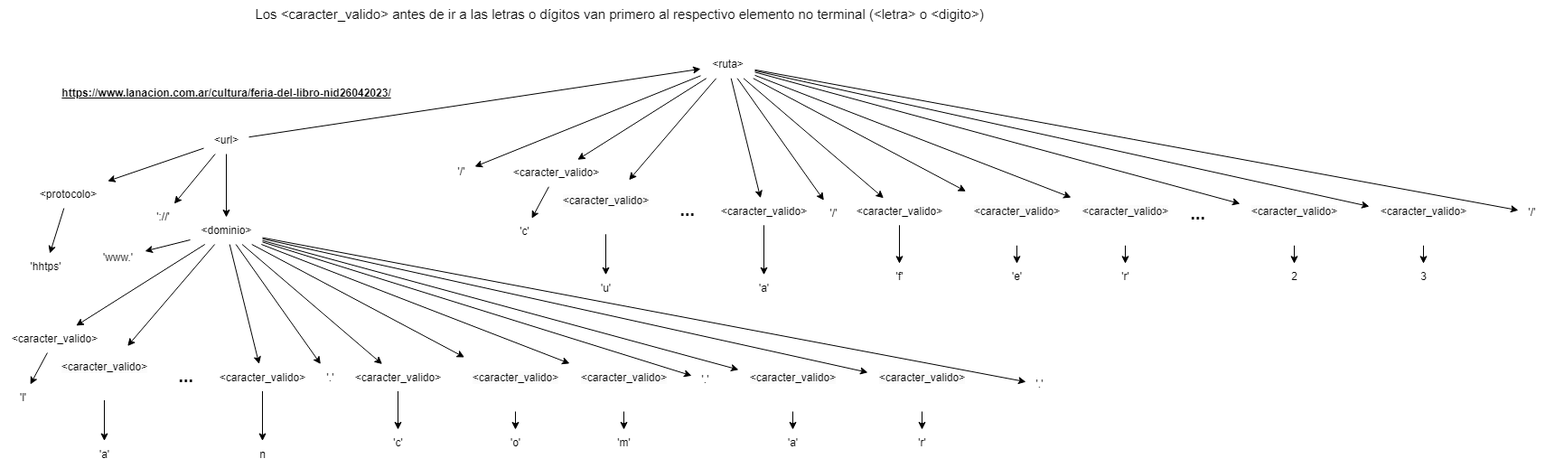
Earlier version of the draw.io export 1er_semestre/CPLP/Parciales_viejos/Primer_parcial/28_04_2023/28_04_2023.drawio.png (Pedro0604/3ro-LS-LI-APU). Source tidied: cells renumbered, new cells last; positions are measured from the earlier drawing's top-left corner, leaving out a move shared by most shapes.
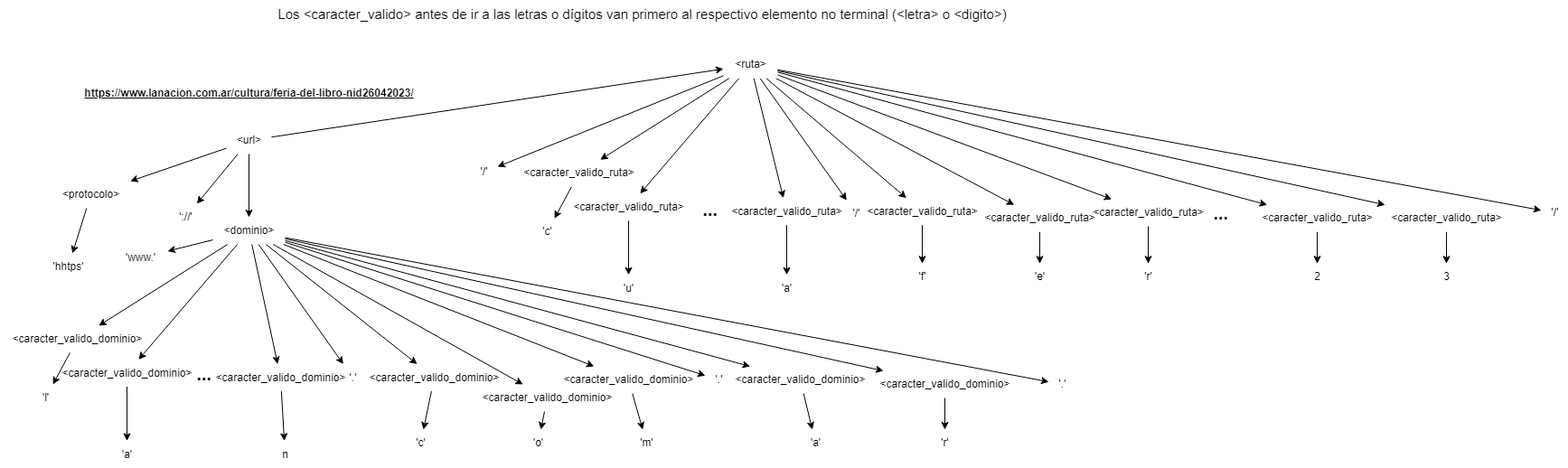
Above is the later version.

Commit message:
CPLP - Parcial 28_04_2023

The edit, as a diff of the source:
```diff
@@ -77,20 +77,20 @@
     <mxCell id="26" style="edgeStyle=none;rounded=0;jettySize=auto;html=1;" parent="1" edge="1" source="27" target="33">
       <mxGeometry relative="1" as="geometry" />
     </mxCell>
-    <mxCell id="27" value="&amp;lt;caracter_valido&amp;gt;" style="text;html=1;align=center;verticalAlign=middle;points=[];strokeColor=none;fillColor=none;" parent="1" vertex="1">
-      <mxGeometry y="360" width="120" height="30" as="geometry" />
+    <mxCell id="27" value="&amp;lt;caracter_valido_dominio&amp;gt;" style="text;html=1;align=center;verticalAlign=middle;points=[];strokeColor=none;fillColor=none;" parent="1" vertex="1">
+      <mxGeometry x="-25" y="360" width="170" height="30" as="geometry" />
     </mxCell>
     <mxCell id="28" style="edgeStyle=none;rounded=0;jettySize=auto;html=1;" parent="1" edge="1" source="29" target="34">
       <mxGeometry relative="1" as="geometry" />
     </mxCell>
-    <mxCell id="29" value="&#10;&lt;span style=&quot;color: rgb(0, 0, 0); font-family: Helvetica; font-size: 12px; font-style: normal; font-variant-ligatures: normal; font-variant-caps: normal; font-weight: 400; letter-spacing: normal; orphans: 2; text-align: center; text-indent: 0px; text-transform: none; widows: 2; word-spacing: 0px; -webkit-text-stroke-width: 0px; white-space: nowrap; background-color: rgb(251, 251, 251); text-decoration-thickness: initial; text-decoration-style: initial; text-decoration-color: initial; display: inline !important; float: none;&quot;&gt;&amp;lt;caracter_valido&amp;gt;&lt;/span&gt;&#10;&#10;" style="text;html=1;align=center;verticalAlign=middle;points=[];strokeColor=none;fillColor=none;" parent="1" vertex="1">
-      <mxGeometry x="55" y="382.5" width="120" height="60" as="geometry" />
+    <mxCell id="29" value="&amp;lt;caracter_valido_dominio&amp;gt;" style="text;html=1;align=center;verticalAlign=middle;points=[];strokeColor=none;fillColor=none;" parent="1" vertex="1">
+      <mxGeometry x="30" y="397.5" width="170" height="30" as="geometry" />
     </mxCell>
     <mxCell id="30" style="edgeStyle=none;rounded=0;jettySize=auto;html=1;" parent="1" edge="1" source="31" target="36">
       <mxGeometry relative="1" as="geometry" />
     </mxCell>
-    <mxCell id="31" value="&amp;lt;caracter_valido&amp;gt;" style="text;html=1;align=center;verticalAlign=middle;points=[];strokeColor=none;fillColor=none;" parent="1" vertex="1">
-      <mxGeometry x="230" y="402.5" width="120" height="30" as="geometry" />
+    <mxCell id="31" value="&amp;lt;caracter_valido_dominio&amp;gt;" style="text;html=1;align=center;verticalAlign=middle;points=[];strokeColor=none;fillColor=none;" parent="1" vertex="1">
+      <mxGeometry x="200" y="402.5" width="170" height="30" as="geometry" />
     </mxCell>
     <mxCell id="32" value="'.'" style="text;html=1;align=center;verticalAlign=middle;points=[];strokeColor=none;fillColor=none;" parent="1" vertex="1">
       <mxGeometry x="350" y="402.5" width="30" height="30" as="geometry" />
@@ -102,7 +102,7 @@
       <mxGeometry x="100" y="487.5" width="30" height="30" as="geometry" />
     </mxCell>
     <mxCell id="35" value="&lt;b&gt;&lt;font style=&quot;font-size: 20px;&quot;&gt;...&lt;/font&gt;&lt;/b&gt;" style="text;html=1;align=center;verticalAlign=middle;strokeColor=none;fillColor=none;" parent="1" vertex="1">
-      <mxGeometry x="185" y="395" width="40" height="40" as="geometry" />
+      <mxGeometry x="180" y="392.5" width="40" height="40" as="geometry" />
     </mxCell>
     <mxCell id="36" value="n" style="text;html=1;align=center;verticalAlign=middle;points=[];strokeColor=none;fillColor=none;" parent="1" vertex="1">
       <mxGeometry x="275" y="487.5" width="30" height="30" as="geometry" />
@@ -110,32 +110,32 @@
     <mxCell id="37" style="edgeStyle=none;rounded=0;jettySize=auto;html=1;" parent="1" edge="1" source="38" target="48">
       <mxGeometry relative="1" as="geometry" />
     </mxCell>
-    <mxCell id="38" value="&amp;lt;caracter_valido&amp;gt;" style="text;html=1;align=center;verticalAlign=middle;points=[];strokeColor=none;fillColor=none;" parent="1" vertex="1">
-      <mxGeometry x="380" y="402.5" width="120" height="30" as="geometry" />
+    <mxCell id="38" value="&amp;lt;caracter_valido_dominio&amp;gt;" style="text;html=1;align=center;verticalAlign=middle;points=[];strokeColor=none;fillColor=none;" parent="1" vertex="1">
+      <mxGeometry x="370" y="402.5" width="170" height="30" as="geometry" />
     </mxCell>
     <mxCell id="39" style="edgeStyle=none;rounded=0;jettySize=auto;html=1;" parent="1" edge="1" source="40" target="49">
       <mxGeometry relative="1" as="geometry" />
     </mxCell>
-    <mxCell id="40" value="&#10;&lt;span style=&quot;color: rgb(0, 0, 0); font-family: Helvetica; font-size: 12px; font-style: normal; font-variant-ligatures: normal; font-variant-caps: normal; font-weight: 400; letter-spacing: normal; orphans: 2; text-align: center; text-indent: 0px; text-transform: none; widows: 2; word-spacing: 0px; -webkit-text-stroke-width: 0px; white-space: nowrap; background-color: rgb(251, 251, 251); text-decoration-thickness: initial; text-decoration-style: initial; text-decoration-color: initial; display: inline !important; float: none;&quot;&gt;&amp;lt;caracter_valido&amp;gt;&lt;/span&gt;&#10;&#10;" style="text;html=1;align=center;verticalAlign=middle;points=[];strokeColor=none;fillColor=none;" parent="1" vertex="1">
-      <mxGeometry x="510" y="395" width="120" height="60" as="geometry" />
+    <mxCell id="40" value="&amp;lt;caracter_valido_dominio&amp;gt;" style="text;html=1;align=center;verticalAlign=middle;points=[];strokeColor=none;fillColor=none;" parent="1" vertex="1">
+      <mxGeometry x="495" y="425" width="170" height="30" as="geometry" />
     </mxCell>
     <mxCell id="41" style="edgeStyle=none;rounded=0;jettySize=auto;html=1;" parent="1" edge="1" source="42" target="50">
       <mxGeometry relative="1" as="geometry" />
     </mxCell>
-    <mxCell id="42" value="&#10;&lt;span style=&quot;color: rgb(0, 0, 0); font-family: Helvetica; font-size: 12px; font-style: normal; font-variant-ligatures: normal; font-variant-caps: normal; font-weight: 400; letter-spacing: normal; orphans: 2; text-align: center; text-indent: 0px; text-transform: none; widows: 2; word-spacing: 0px; -webkit-text-stroke-width: 0px; white-space: nowrap; background-color: rgb(251, 251, 251); text-decoration-thickness: initial; text-decoration-style: initial; text-decoration-color: initial; display: inline !important; float: none;&quot;&gt;&amp;lt;caracter_valido&amp;gt;&lt;/span&gt;&#10;&#10;" style="text;html=1;align=center;verticalAlign=middle;points=[];strokeColor=none;fillColor=none;" parent="1" vertex="1">
-      <mxGeometry x="630" y="395" width="120" height="60" as="geometry" />
+    <mxCell id="42" value="&amp;lt;caracter_valido_dominio&amp;gt;" style="text;html=1;align=center;verticalAlign=middle;points=[];strokeColor=none;fillColor=none;" parent="1" vertex="1">
+      <mxGeometry x="585" y="405" width="170" height="30" as="geometry" />
     </mxCell>
     <mxCell id="43" style="edgeStyle=none;rounded=0;jettySize=auto;html=1;" parent="1" edge="1" source="44" target="52">
       <mxGeometry relative="1" as="geometry" />
     </mxCell>
-    <mxCell id="44" value="&#10;&lt;span style=&quot;color: rgb(0, 0, 0); font-family: Helvetica; font-size: 12px; font-style: normal; font-variant-ligatures: normal; font-variant-caps: normal; font-weight: 400; letter-spacing: normal; orphans: 2; text-align: center; text-indent: 0px; text-transform: none; widows: 2; word-spacing: 0px; -webkit-text-stroke-width: 0px; white-space: nowrap; background-color: rgb(251, 251, 251); text-decoration-thickness: initial; text-decoration-style: initial; text-decoration-color: initial; display: inline !important; float: none;&quot;&gt;&amp;lt;caracter_valido&amp;gt;&lt;/span&gt;&#10;&#10;" style="text;html=1;align=center;verticalAlign=middle;points=[];strokeColor=none;fillColor=none;" parent="1" vertex="1">
-      <mxGeometry x="817" y="395" width="120" height="60" as="geometry" />
+    <mxCell id="44" value="&amp;lt;caracter_valido_dominio&amp;gt;" style="text;html=1;align=center;verticalAlign=middle;points=[];strokeColor=none;fillColor=none;" parent="1" vertex="1">
+      <mxGeometry x="775" y="405" width="170" height="30" as="geometry" />
     </mxCell>
     <mxCell id="45" style="edgeStyle=none;rounded=0;jettySize=auto;html=1;" parent="1" edge="1" source="46" target="53">
       <mxGeometry relative="1" as="geometry" />
     </mxCell>
-    <mxCell id="46" value="&#10;&lt;span style=&quot;color: rgb(0, 0, 0); font-family: Helvetica; font-size: 12px; font-style: normal; font-variant-ligatures: normal; font-variant-caps: normal; font-weight: 400; letter-spacing: normal; orphans: 2; text-align: center; text-indent: 0px; text-transform: none; widows: 2; word-spacing: 0px; -webkit-text-stroke-width: 0px; white-space: nowrap; background-color: rgb(251, 251, 251); text-decoration-thickness: initial; text-decoration-style: initial; text-decoration-color: initial; display: inline !important; float: none;&quot;&gt;&amp;lt;caracter_valido&amp;gt;&lt;/span&gt;&#10;&#10;" style="text;html=1;align=center;verticalAlign=middle;points=[];strokeColor=none;fillColor=none;" parent="1" vertex="1">
-      <mxGeometry x="960" y="395" width="120" height="60" as="geometry" />
+    <mxCell id="46" value="&amp;lt;caracter_valido_dominio&amp;gt;" style="text;html=1;align=center;verticalAlign=middle;points=[];strokeColor=none;fillColor=none;" parent="1" vertex="1">
+      <mxGeometry x="935" y="410" width="170" height="30" as="geometry" />
     </mxCell>
     <mxCell id="47" value="'.'" style="text;html=1;align=center;verticalAlign=middle;points=[];strokeColor=none;fillColor=none;" parent="1" vertex="1">
       <mxGeometry x="1135" y="410" width="30" height="30" as="geometry" />
@@ -150,7 +150,7 @@
       <mxGeometry x="670" y="475" width="40" height="30" as="geometry" />
     </mxCell>
     <mxCell id="51" value="'.'" style="text;html=1;align=center;verticalAlign=middle;points=[];strokeColor=none;fillColor=none;" parent="1" vertex="1">
-      <mxGeometry x="765" y="405" width="30" height="30" as="geometry" />
+      <mxGeometry x="755" y="405" width="30" height="30" as="geometry" />
     </mxCell>
     <mxCell id="52" value="'a'" style="text;html=1;align=center;verticalAlign=middle;points=[];strokeColor=none;fillColor=none;" parent="1" vertex="1">
       <mxGeometry x="862" y="475" width="30" height="30" as="geometry" />
@@ -197,20 +197,20 @@
     <mxCell id="66" style="edgeStyle=none;rounded=0;jettySize=auto;html=1;" parent="1" edge="1" source="67" target="73">
       <mxGeometry relative="1" as="geometry" />
     </mxCell>
-    <mxCell id="67" value="&amp;lt;caracter_valido&amp;gt;" style="text;html=1;align=center;verticalAlign=middle;points=[];strokeColor=none;fillColor=none;" parent="1" vertex="1">
-      <mxGeometry x="555" y="176.2" width="120" height="30" as="geometry" />
+    <mxCell id="67" value="&amp;lt;caracter_valido_ruta&amp;gt;" style="text;html=1;align=center;verticalAlign=middle;points=[];strokeColor=none;fillColor=none;" parent="1" vertex="1">
+      <mxGeometry x="540" y="176.2" width="150" height="30" as="geometry" />
     </mxCell>
     <mxCell id="68" style="edgeStyle=none;rounded=0;jettySize=auto;html=1;" parent="1" edge="1" source="69" target="74">
       <mxGeometry relative="1" as="geometry" />
     </mxCell>
-    <mxCell id="69" value="&#10;&lt;span style=&quot;color: rgb(0, 0, 0); font-family: Helvetica; font-size: 12px; font-style: normal; font-variant-ligatures: normal; font-variant-caps: normal; font-weight: 400; letter-spacing: normal; orphans: 2; text-align: center; text-indent: 0px; text-transform: none; widows: 2; word-spacing: 0px; -webkit-text-stroke-width: 0px; white-space: nowrap; background-color: rgb(251, 251, 251); text-decoration-thickness: initial; text-decoration-style: initial; text-decoration-color: initial; display: inline !important; float: none;&quot;&gt;&amp;lt;caracter_valido&amp;gt;&lt;/span&gt;&#10;&#10;" style="text;html=1;align=center;verticalAlign=middle;points=[];strokeColor=none;fillColor=none;" parent="1" vertex="1">
-      <mxGeometry x="610" y="198.8" width="120" height="60" as="geometry" />
+    <mxCell id="69" value="&amp;lt;caracter_valido_ruta&amp;gt;" style="text;html=1;align=center;verticalAlign=middle;points=[];strokeColor=none;fillColor=none;" parent="1" vertex="1">
+      <mxGeometry x="595" y="213.8" width="150" height="30" as="geometry" />
     </mxCell>
     <mxCell id="70" style="edgeStyle=none;rounded=0;jettySize=auto;html=1;" parent="1" edge="1" source="71" target="76">
       <mxGeometry relative="1" as="geometry" />
     </mxCell>
-    <mxCell id="71" value="&amp;lt;caracter_valido&amp;gt;" style="text;html=1;align=center;verticalAlign=middle;points=[];strokeColor=none;fillColor=none;" parent="1" vertex="1">
-      <mxGeometry x="785" y="218.8" width="120" height="30" as="geometry" />
+    <mxCell id="71" value="&amp;lt;caracter_valido_ruta&amp;gt;" style="text;html=1;align=center;verticalAlign=middle;points=[];strokeColor=none;fillColor=none;" parent="1" vertex="1">
+      <mxGeometry x="770" y="218.8" width="150" height="30" as="geometry" />
     </mxCell>
     <mxCell id="72" value="'/'" style="text;html=1;align=center;verticalAlign=middle;points=[];strokeColor=none;fillColor=none;" parent="1" vertex="1">
       <mxGeometry x="907" y="221.2" width="30" height="30" as="geometry" />
@@ -230,32 +230,32 @@
     <mxCell id="77" style="edgeStyle=none;rounded=0;jettySize=auto;html=1;" parent="1" edge="1" source="78" target="88">
       <mxGeometry relative="1" as="geometry" />
     </mxCell>
-    <mxCell id="78" value="&amp;lt;caracter_valido&amp;gt;" style="text;html=1;align=center;verticalAlign=middle;points=[];strokeColor=none;fillColor=none;" parent="1" vertex="1">
-      <mxGeometry x="935" y="218.8" width="120" height="30" as="geometry" />
+    <mxCell id="78" value="&amp;lt;caracter_valido_ruta&amp;gt;" style="text;html=1;align=center;verticalAlign=middle;points=[];strokeColor=none;fillColor=none;" parent="1" vertex="1">
+      <mxGeometry x="920" y="218.8" width="150" height="30" as="geometry" />
     </mxCell>
     <mxCell id="79" style="edgeStyle=none;rounded=0;jettySize=auto;html=1;" parent="1" edge="1" source="80" target="89">
       <mxGeometry relative="1" as="geometry" />
     </mxCell>
-    <mxCell id="80" value="&#10;&lt;span style=&quot;color: rgb(0, 0, 0); font-family: Helvetica; font-size: 12px; font-style: normal; font-variant-ligatures: normal; font-variant-caps: normal; font-weight: 400; letter-spacing: normal; orphans: 2; text-align: center; text-indent: 0px; text-transform: none; widows: 2; word-spacing: 0px; -webkit-text-stroke-width: 0px; white-space: nowrap; background-color: rgb(251, 251, 251); text-decoration-thickness: initial; text-decoration-style: initial; text-decoration-color: initial; display: inline !important; float: none;&quot;&gt;&amp;lt;caracter_valido&amp;gt;&lt;/span&gt;&#10;&#10;" style="text;html=1;align=center;verticalAlign=middle;points=[];strokeColor=none;fillColor=none;" parent="1" vertex="1">
-      <mxGeometry x="1065" y="211.2" width="120" height="60" as="geometry" />
+    <mxCell id="80" value="&amp;lt;caracter_valido_ruta&amp;gt;" style="text;html=1;align=center;verticalAlign=middle;points=[];strokeColor=none;fillColor=none;" parent="1" vertex="1">
+      <mxGeometry x="1050" y="226.2" width="150" height="30" as="geometry" />
     </mxCell>
     <mxCell id="81" style="edgeStyle=none;rounded=0;jettySize=auto;html=1;" parent="1" edge="1" source="82" target="90">
       <mxGeometry relative="1" as="geometry" />
     </mxCell>
-    <mxCell id="82" value="&#10;&lt;span style=&quot;color: rgb(0, 0, 0); font-family: Helvetica; font-size: 12px; font-style: normal; font-variant-ligatures: normal; font-variant-caps: normal; font-weight: 400; letter-spacing: normal; orphans: 2; text-align: center; text-indent: 0px; text-transform: none; widows: 2; word-spacing: 0px; -webkit-text-stroke-width: 0px; white-space: nowrap; background-color: rgb(251, 251, 251); text-decoration-thickness: initial; text-decoration-style: initial; text-decoration-color: initial; display: inline !important; float: none;&quot;&gt;&amp;lt;caracter_valido&amp;gt;&lt;/span&gt;&#10;&#10;" style="text;html=1;align=center;verticalAlign=middle;points=[];strokeColor=none;fillColor=none;" parent="1" vertex="1">
-      <mxGeometry x="1185" y="211.2" width="120" height="60" as="geometry" />
+    <mxCell id="82" value="&amp;lt;caracter_valido_ruta&amp;gt;" style="text;html=1;align=center;verticalAlign=middle;points=[];strokeColor=none;fillColor=none;" parent="1" vertex="1">
+      <mxGeometry x="1170" y="220" width="150" height="30" as="geometry" />
     </mxCell>
     <mxCell id="83" style="edgeStyle=none;rounded=0;jettySize=auto;html=1;" parent="1" edge="1" source="84" target="91">
       <mxGeometry relative="1" as="geometry" />
     </mxCell>
-    <mxCell id="84" value="&#10;&lt;span style=&quot;color: rgb(0, 0, 0); font-family: Helvetica; font-size: 12px; font-style: normal; font-variant-ligatures: normal; font-variant-caps: normal; font-weight: 400; letter-spacing: normal; orphans: 2; text-align: center; text-indent: 0px; text-transform: none; widows: 2; word-spacing: 0px; -webkit-text-stroke-width: 0px; white-space: nowrap; background-color: rgb(251, 251, 251); text-decoration-thickness: initial; text-decoration-style: initial; text-decoration-color: initial; display: inline !important; float: none;&quot;&gt;&amp;lt;caracter_valido&amp;gt;&lt;/span&gt;&#10;&#10;" style="text;html=1;align=center;verticalAlign=middle;points=[];strokeColor=none;fillColor=none;" parent="1" vertex="1">
-      <mxGeometry x="1372" y="211.2" width="120" height="60" as="geometry" />
+    <mxCell id="84" value="&amp;lt;caracter_valido_ruta&amp;gt;" style="text;html=1;align=center;verticalAlign=middle;points=[];strokeColor=none;fillColor=none;" parent="1" vertex="1">
+      <mxGeometry x="1357" y="226.2" width="150" height="30" as="geometry" />
     </mxCell>
     <mxCell id="85" style="edgeStyle=none;rounded=0;jettySize=auto;html=1;" parent="1" edge="1" source="86" target="92">
       <mxGeometry relative="1" as="geometry" />
     </mxCell>
-    <mxCell id="86" value="&#10;&lt;span style=&quot;color: rgb(0, 0, 0); font-family: Helvetica; font-size: 12px; font-style: normal; font-variant-ligatures: normal; font-variant-caps: normal; font-weight: 400; letter-spacing: normal; orphans: 2; text-align: center; text-indent: 0px; text-transform: none; widows: 2; word-spacing: 0px; -webkit-text-stroke-width: 0px; white-space: nowrap; background-color: rgb(251, 251, 251); text-decoration-thickness: initial; text-decoration-style: initial; text-decoration-color: initial; display: inline !important; float: none;&quot;&gt;&amp;lt;caracter_valido&amp;gt;&lt;/span&gt;&#10;&#10;" style="text;html=1;align=center;verticalAlign=middle;points=[];strokeColor=none;fillColor=none;" parent="1" vertex="1">
-      <mxGeometry x="1515" y="211.2" width="120" height="60" as="geometry" />
+    <mxCell id="86" value="&amp;lt;caracter_valido_ruta&amp;gt;" style="text;html=1;align=center;verticalAlign=middle;points=[];strokeColor=none;fillColor=none;" parent="1" vertex="1">
+      <mxGeometry x="1500" y="226.2" width="150" height="30" as="geometry" />
     </mxCell>
     <mxCell id="87" value="'/'" style="text;html=1;align=center;verticalAlign=middle;points=[];strokeColor=none;fillColor=none;" parent="1" vertex="1">
       <mxGeometry x="1680" y="220" width="30" height="30" as="geometry" />
```
